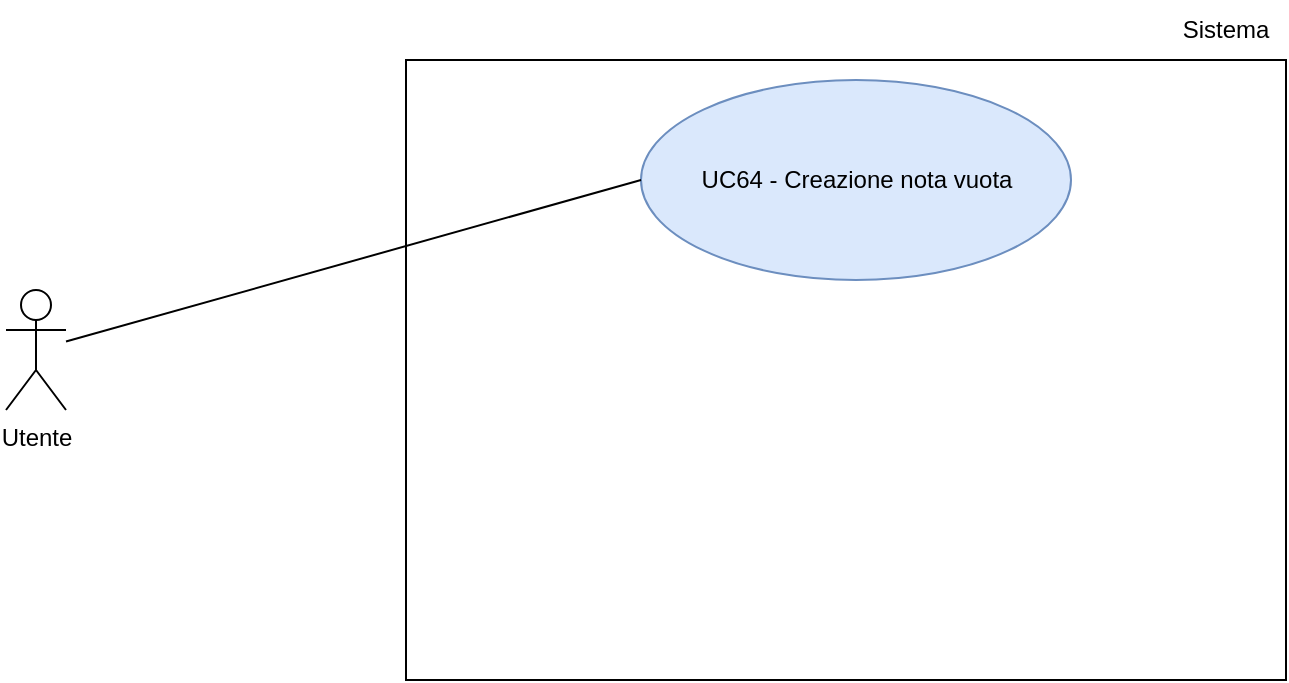
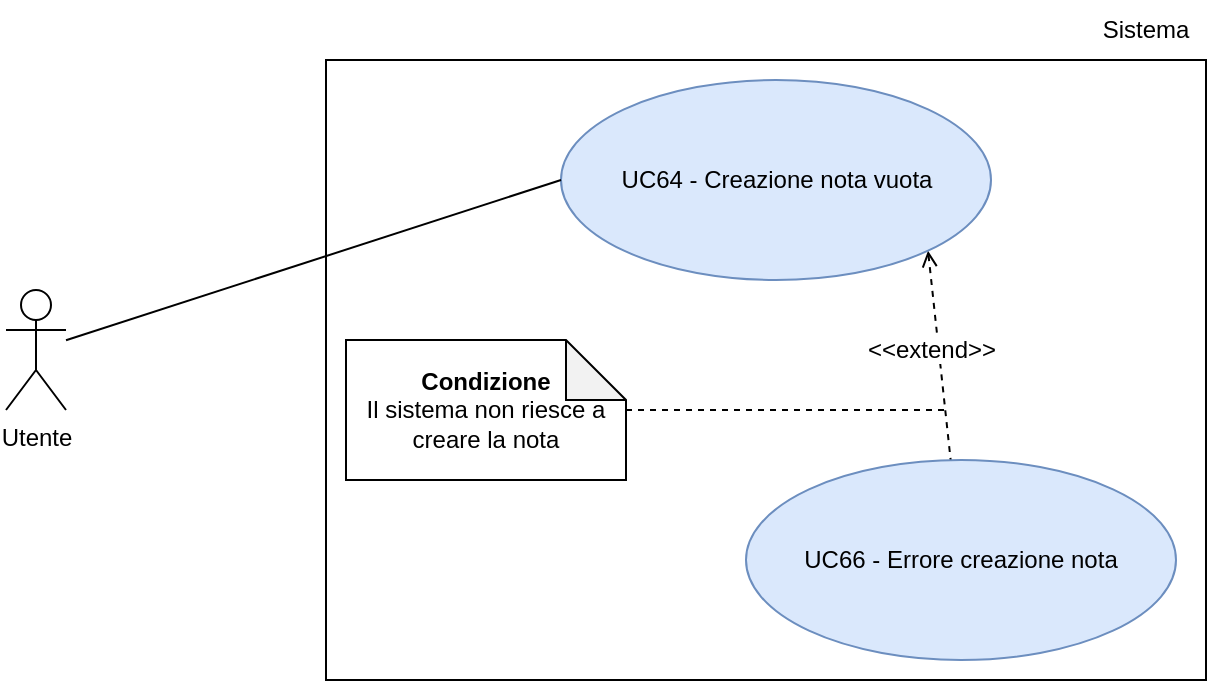
- <mxfile host="Electron" agent="Mozilla/5.0 (Macintosh; Intel Mac OS X 10_15_7) AppleWebKit/537.36 (KHTML, like Gecko) draw.io/29.6.6 Chrome/144.0.7559.236 Electron/40.8.4 Safari/537.36" version="29.6.6">
-   <diagram name="Page-1" id="4xtho81ADt9NAkVEL4nd">
-     <mxGraphModel dx="976" dy="656" grid="1" gridSize="10" guides="1" tooltips="1" connect="1" arrows="1" fold="1" page="1" pageScale="1" pageWidth="850" pageHeight="1100" math="0" shadow="0">
-       <root>
-         <mxCell id="0" />
-         <mxCell id="1" parent="0" />
-         <mxCell id="StCBPmpuHo7DJ7ayqhCM-1" parent="1" style="rounded=0;whiteSpace=wrap;html=1;" value="" vertex="1">
-           <mxGeometry height="310" width="440" x="310" y="220" as="geometry" />
-         </mxCell>
-         <mxCell id="StCBPmpuHo7DJ7ayqhCM-8" edge="1" parent="1" source="StCBPmpuHo7DJ7ayqhCM-2" style="rounded=0;orthogonalLoop=1;jettySize=auto;html=1;exitX=1;exitY=1;exitDx=0;exitDy=0;dashed=1;startArrow=open;startFill=0;endArrow=none;endFill=0;" target="StCBPmpuHo7DJ7ayqhCM-7">
-           <mxGeometry relative="1" as="geometry" />
-         </mxCell>
-         <mxCell id="StCBPmpuHo7DJ7ayqhCM-2" parent="1" style="ellipse;whiteSpace=wrap;html=1;fillColor=#dae8fc;strokeColor=#6c8ebf;" value="UC64 - Creazione nota vuota" vertex="1">
-           <mxGeometry height="100" width="215" x="427.5" y="230" as="geometry" />
-         </mxCell>
-         <mxCell id="StCBPmpuHo7DJ7ayqhCM-4" edge="1" parent="1" source="StCBPmpuHo7DJ7ayqhCM-3" style="rounded=0;orthogonalLoop=1;jettySize=auto;html=1;endArrow=none;endFill=0;entryX=0;entryY=0.5;entryDx=0;entryDy=0;" target="StCBPmpuHo7DJ7ayqhCM-2">
-           <mxGeometry relative="1" as="geometry" />
-         </mxCell>
-         <mxCell id="StCBPmpuHo7DJ7ayqhCM-3" parent="1" style="shape=umlActor;verticalLabelPosition=bottom;verticalAlign=top;html=1;outlineConnect=0;" value="Utente" vertex="1">
-           <mxGeometry height="60" width="30" x="110" y="335" as="geometry" />
-         </mxCell>
-         <mxCell id="StCBPmpuHo7DJ7ayqhCM-5" parent="1" style="text;html=1;whiteSpace=wrap;strokeColor=none;fillColor=none;align=center;verticalAlign=middle;rounded=0;" value="Sistema" vertex="1">
-           <mxGeometry height="30" width="60" x="690" y="190" as="geometry" />
-         </mxCell>
- <<<<<<< HEAD
-         <mxCell id="StCBPmpuHo7DJ7ayqhCM-7" parent="1" style="ellipse;whiteSpace=wrap;html=1;fillColor=#dae8fc;strokeColor=#6c8ebf;" value="UC66 - Errore creazione nota" vertex="1">
- =======
-         <mxCell id="StCBPmpuHo7DJ7ayqhCM-7" parent="1" style="ellipse;whiteSpace=wrap;html=1;fillColor=#dae8fc;strokeColor=#6c8ebf;" value="UC66 - Creazione nota vuota" vertex="1">
- >>>>>>> main
-           <mxGeometry height="100" width="215" x="520" y="420" as="geometry" />
-         </mxCell>
-         <mxCell id="StCBPmpuHo7DJ7ayqhCM-12" edge="1" parent="1" source="StCBPmpuHo7DJ7ayqhCM-9" style="edgeStyle=orthogonalEdgeStyle;rounded=0;orthogonalLoop=1;jettySize=auto;html=1;endArrow=none;endFill=0;dashed=1;">
-           <mxGeometry relative="1" as="geometry">
-             <mxPoint x="620" y="395" as="targetPoint" />
-           </mxGeometry>
-         </mxCell>
- <<<<<<< HEAD
-         <mxCell id="StCBPmpuHo7DJ7ayqhCM-9" parent="1" style="shape=note;whiteSpace=wrap;html=1;backgroundOutline=1;darkOpacity=0.05;" value="&lt;b&gt;Condizione&lt;/b&gt;&lt;div&gt;Il sistema fallisce nel creare una nuova nota&lt;/div&gt;" vertex="1">
- =======
-         <mxCell id="StCBPmpuHo7DJ7ayqhCM-9" parent="1" style="shape=note;whiteSpace=wrap;html=1;backgroundOutline=1;darkOpacity=0.05;" value="&lt;b&gt;Condizione&lt;/b&gt;&lt;div&gt;Il sistema non riesce a creare la nota&lt;/div&gt;" vertex="1">
- >>>>>>> main
-           <mxGeometry height="70" width="140" x="320" y="360" as="geometry" />
-         </mxCell>
-         <mxCell id="StCBPmpuHo7DJ7ayqhCM-10" parent="1" style="text;html=1;whiteSpace=wrap;strokeColor=none;fillColor=none;align=center;verticalAlign=middle;rounded=0;" value="&amp;lt;&amp;lt;extend&amp;gt;&amp;gt;" vertex="1">
-           <mxGeometry height="30" width="60" x="582.5" y="350" as="geometry" />
-         </mxCell>
-       </root>
-     </mxGraphModel>
-   </diagram>
- </mxfile>
+ <mxGraphModel dx="962" dy="502" grid="1" gridSize="10" guides="1" tooltips="1" connect="1" arrows="1" fold="1" page="1" pageScale="1" pageWidth="850" pageHeight="1100" math="0" shadow="0">
+   <root>
+     <mxCell id="0" />
+     <mxCell id="1" parent="0" />
+     <mxCell id="StCBPmpuHo7DJ7ayqhCM-1" parent="1" style="rounded=0;whiteSpace=wrap;html=1;" value="" vertex="1">
+       <mxGeometry height="310" width="440" x="310" y="220" as="geometry" />
+     </mxCell>
+     <mxCell id="StCBPmpuHo7DJ7ayqhCM-8" edge="1" parent="1" source="StCBPmpuHo7DJ7ayqhCM-2" style="rounded=0;orthogonalLoop=1;jettySize=auto;html=1;exitX=1;exitY=1;exitDx=0;exitDy=0;dashed=1;startArrow=open;startFill=0;endArrow=none;endFill=0;" target="StCBPmpuHo7DJ7ayqhCM-7">
+       <mxGeometry relative="1" as="geometry" />
+     </mxCell>
+     <mxCell id="StCBPmpuHo7DJ7ayqhCM-2" parent="1" style="ellipse;whiteSpace=wrap;html=1;fillColor=#dae8fc;strokeColor=#6c8ebf;" value="UC64 - Creazione nota vuota" vertex="1">
+       <mxGeometry height="100" width="215" x="427.5" y="230" as="geometry" />
+     </mxCell>
+     <mxCell id="StCBPmpuHo7DJ7ayqhCM-4" edge="1" parent="1" source="StCBPmpuHo7DJ7ayqhCM-3" style="rounded=0;orthogonalLoop=1;jettySize=auto;html=1;endArrow=none;endFill=0;entryX=0;entryY=0.5;entryDx=0;entryDy=0;" target="StCBPmpuHo7DJ7ayqhCM-2">
+       <mxGeometry relative="1" as="geometry" />
+     </mxCell>
+     <mxCell id="StCBPmpuHo7DJ7ayqhCM-3" parent="1" style="shape=umlActor;verticalLabelPosition=bottom;verticalAlign=top;html=1;outlineConnect=0;" value="Utente" vertex="1">
+       <mxGeometry height="60" width="30" x="150" y="335" as="geometry" />
+     </mxCell>
+     <mxCell id="StCBPmpuHo7DJ7ayqhCM-5" parent="1" style="text;html=1;whiteSpace=wrap;strokeColor=none;fillColor=none;align=center;verticalAlign=middle;rounded=0;" value="Sistema" vertex="1">
+       <mxGeometry height="30" width="60" x="690" y="190" as="geometry" />
+     </mxCell>
+     <mxCell id="StCBPmpuHo7DJ7ayqhCM-7" parent="1" style="ellipse;whiteSpace=wrap;html=1;fillColor=#dae8fc;strokeColor=#6c8ebf;" value="UC66 - Errore creazione nota" vertex="1">
+       <mxGeometry height="100" width="215" x="520" y="420" as="geometry" />
+     </mxCell>
+     <mxCell id="StCBPmpuHo7DJ7ayqhCM-12" edge="1" parent="1" source="StCBPmpuHo7DJ7ayqhCM-9" style="edgeStyle=orthogonalEdgeStyle;rounded=0;orthogonalLoop=1;jettySize=auto;html=1;endArrow=none;endFill=0;dashed=1;">
+       <mxGeometry relative="1" as="geometry">
+         <mxPoint x="620" y="395" as="targetPoint" />
+       </mxGeometry>
+     </mxCell>
+     <mxCell id="StCBPmpuHo7DJ7ayqhCM-9" parent="1" style="shape=note;whiteSpace=wrap;html=1;backgroundOutline=1;darkOpacity=0.05;" value="&lt;b&gt;Condizione&lt;/b&gt;&lt;div&gt;Il sistema non riesce a creare la nota&lt;/div&gt;" vertex="1">
+       <mxGeometry height="70" width="140" x="320" y="360" as="geometry" />
+     </mxCell>
+     <mxCell id="StCBPmpuHo7DJ7ayqhCM-10" parent="1" style="text;html=1;whiteSpace=wrap;strokeColor=none;fillColor=none;align=center;verticalAlign=middle;rounded=0;rotation=0;" value="&lt;span style=&quot;background-color: light-dark(#ffffff, var(--ge-dark-color, #121212));&quot;&gt;&amp;lt;&amp;lt;extend&amp;gt;&amp;gt;&lt;/span&gt;" vertex="1">
+       <mxGeometry height="30" width="60" x="582.5" y="350" as="geometry" />
+     </mxCell>
+   </root>
+ </mxGraphModel>
